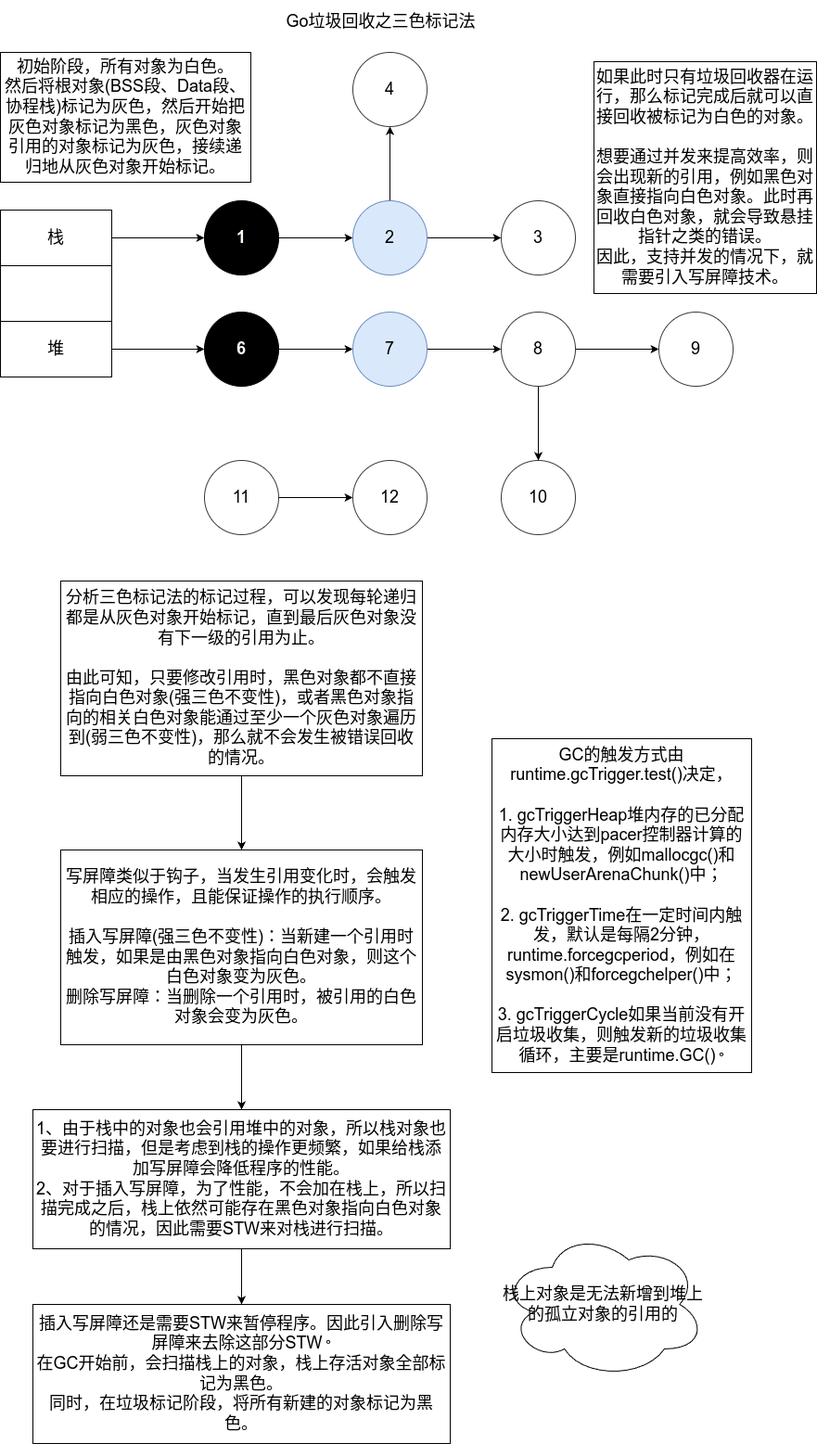
Earlier version of the draw.io export go_gc.png (moqsien/img_repo). Source tidied: cells renumbered, new cells last; positions are measured from the earlier drawing's top-left corner, leaving out a move shared by most shapes.
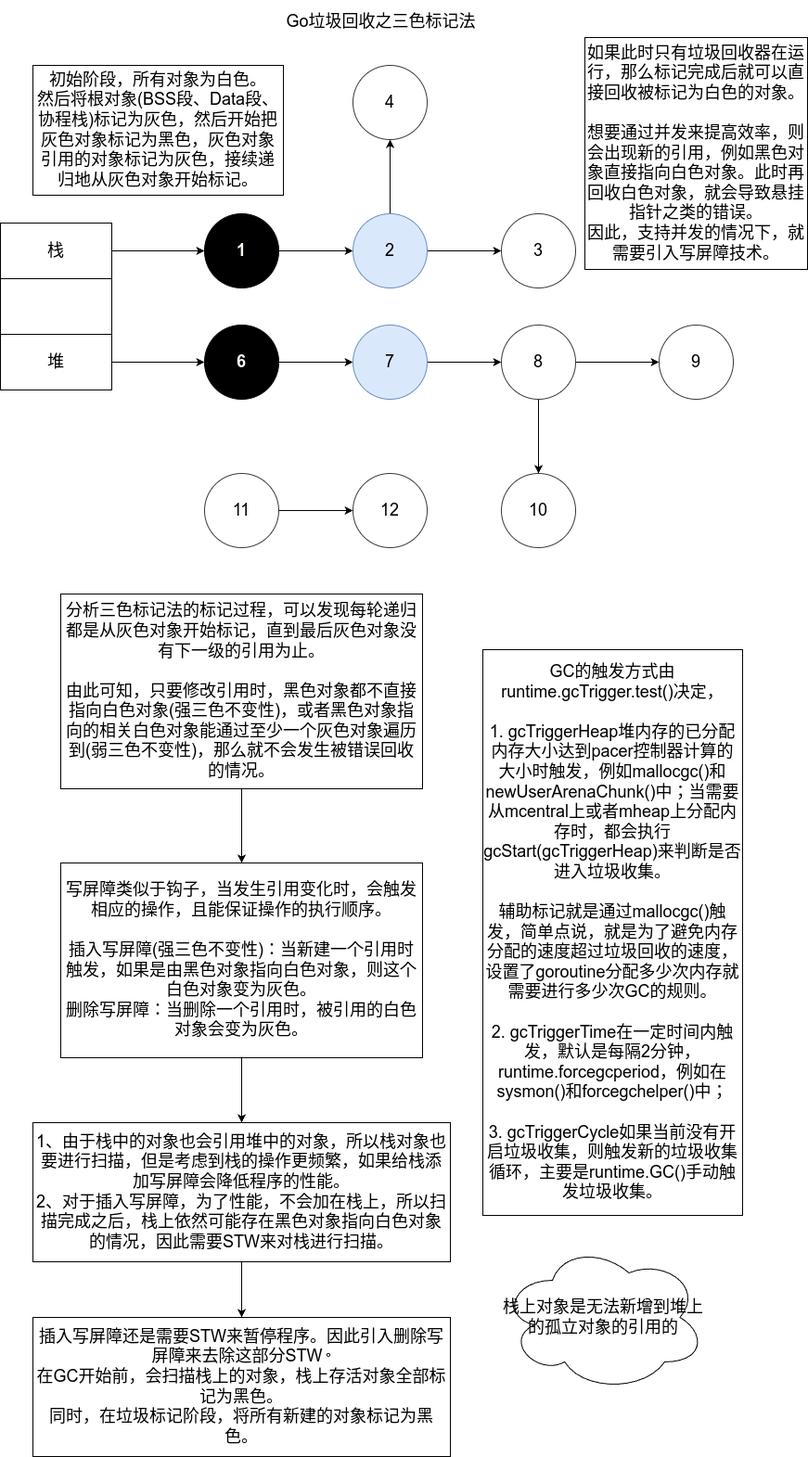
Above is the later version.

Change to the diagram source:
```diff
@@ -3,7 +3,7 @@
     <mxCell id="0" />
     <mxCell id="1" parent="0" />
     <mxCell id="2" value="&lt;font style=&quot;font-size: 18px;&quot;&gt;Go垃圾回收之三色标记法&lt;/font&gt;" style="text;html=1;strokeColor=none;fillColor=none;align=center;verticalAlign=middle;whiteSpace=wrap;rounded=0;" parent="1" vertex="1">
-      <mxGeometry x="288" width="245" height="46" as="geometry" />
+      <mxGeometry x="288" y="-14" width="245" height="46" as="geometry" />
     </mxCell>
     <mxCell id="3" style="edgeStyle=none;html=1;fontSize=18;" parent="1" edge="1" source="4" target="9">
       <mxGeometry relative="1" as="geometry" />
@@ -11,13 +11,13 @@
     <mxCell id="4" value="栈" style="rounded=0;whiteSpace=wrap;html=1;fontSize=18;fillColor=none;" parent="1" vertex="1">
       <mxGeometry y="226" width="120" height="60" as="geometry" />
     </mxCell>
-    <mxCell id="5" style="rounded=0;whiteSpace=wrap;html=1;fontSize=18;" parent="1" vertex="1">
+    <mxCell id="5" style="rounded=0;whiteSpace=wrap;html=1;fontSize=18;fillColor=none;" parent="1" vertex="1">
       <mxGeometry y="286" width="120" height="60" as="geometry" />
     </mxCell>
     <mxCell id="6" style="edgeStyle=none;html=1;fontSize=18;" parent="1" edge="1" source="7" target="15">
       <mxGeometry relative="1" as="geometry" />
     </mxCell>
-    <mxCell id="7" value="堆" style="rounded=0;whiteSpace=wrap;html=1;fontSize=18;" parent="1" vertex="1">
+    <mxCell id="7" value="堆" style="rounded=0;whiteSpace=wrap;html=1;fontSize=18;fillColor=none;" parent="1" vertex="1">
       <mxGeometry y="346" width="120" height="60" as="geometry" />
     </mxCell>
     <mxCell id="8" style="edgeStyle=none;html=1;fontSize=18;" parent="1" edge="1" source="9" target="12">
@@ -78,10 +78,10 @@
       <mxGeometry x="380" y="496" width="80" height="80" as="geometry" />
     </mxCell>
     <mxCell id="27" value="初始阶段，所有对象为白色。&lt;br&gt;然后将根对象(BSS段、Data段、协程栈)标记为灰色，然后开始把灰色对象标记为黑色，灰色对象引用的对象标记为灰色，接续递归地从灰色对象开始标记。" style="rounded=0;whiteSpace=wrap;html=1;fontSize=18;fillColor=none;" parent="1" vertex="1">
-      <mxGeometry y="56" width="270" height="140" as="geometry" />
+      <mxGeometry x="35" y="56" width="270" height="140" as="geometry" />
     </mxCell>
     <mxCell id="28" value="如果此时只有垃圾回收器在运行，那么标记完成后就可以直接回收被标记为白色的对象。&lt;br&gt;&lt;br&gt;想要通过并发来提高效率，则会出现新的引用，例如黑色对象直接指向白色对象。此时再回收白色对象，就会导致悬挂指针之类的错误。&lt;br&gt;因此，支持并发的情况下，就需要引入写屏障技术。" style="rounded=0;whiteSpace=wrap;html=1;fontSize=18;fillColor=none;" parent="1" vertex="1">
-      <mxGeometry x="640" y="66" width="240" height="250" as="geometry" />
+      <mxGeometry x="630" y="26" width="240" height="250" as="geometry" />
     </mxCell>
     <mxCell id="29" style="edgeStyle=none;html=1;exitX=0.5;exitY=1;exitDx=0;exitDy=0;fontSize=18;fontColor=#000000;" parent="1" edge="1" source="30" target="32">
       <mxGeometry relative="1" as="geometry" />
@@ -107,8 +107,8 @@
     <mxCell id="36" value="栈上对象是无法新增到堆上的孤立对象的引用的" style="ellipse;shape=cloud;whiteSpace=wrap;html=1;fontSize=18;fillColor=none;" parent="1" vertex="1">
       <mxGeometry x="540" y="1326" width="220" height="160" as="geometry" />
     </mxCell>
-    <mxCell id="37" value="GC的触发方式由runtime.gcTrigger.test()决定，&lt;br&gt;&lt;br&gt;1. gcTriggerHeap堆内存的已分配内存大小达到pacer控制器计算的大小时触发，例如mallocgc()和newUserArenaChunk()中；&lt;br&gt;&lt;br&gt;2. gcTriggerTime在一定时间内触发，默认是每隔2分钟，runtime.forcegcperiod，例如在sysmon()和forcegchelper()中&lt;span style=&quot;background-color: initial;&quot;&gt;；&lt;br&gt;&lt;/span&gt;&lt;br&gt;3. gcTriggerCycle如果当前没有开启垃圾收集，则触发新的垃圾收集循环，主要是runtime.GC()。" style="rounded=0;whiteSpace=wrap;html=1;fontSize=18;fillColor=none;" parent="1" vertex="1">
-      <mxGeometry x="530" y="796" width="280" height="360" as="geometry" />
+    <mxCell id="37" value="GC的触发方式由runtime.gcTrigger.test()决定，&lt;br&gt;&lt;br&gt;1. gcTriggerHeap堆内存的已分配内存大小达到pacer控制器计算的大小时触发，例如mallocgc()和newUserArenaChunk()中；当需要从mcentral上或者mheap上分配内存时，都会执行gcStart(gcTriggerHeap)来判断是否进入垃圾收集。&lt;br&gt;&lt;br&gt;辅助标记就是通过mallocgc()触发，简单点说，就是为了避免内存分配的速度超过垃圾回收的速度，设置了goroutine分配多少次内存就需要进行多少次GC的规则。&lt;br&gt;&lt;br&gt;2. gcTriggerTime在一定时间内触发，默认是每隔2分钟，runtime.forcegcperiod，例如在sysmon()和forcegchelper()中&lt;span style=&quot;background-color: initial;&quot;&gt;；&lt;br&gt;&lt;/span&gt;&lt;br&gt;3. gcTriggerCycle如果当前没有开启垃圾收集，则触发新的垃圾收集循环，主要是runtime.GC()手动触发垃圾收集。" style="rounded=0;whiteSpace=wrap;html=1;fontSize=18;fillColor=none;" parent="1" vertex="1">
+      <mxGeometry x="520" y="686" width="280" height="610" as="geometry" />
     </mxCell>
   </root>
 </mxGraphModel>
```
